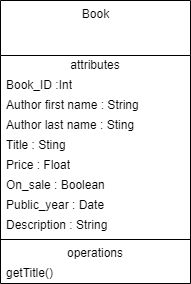
This is Book.drawio.png from Chinglew/test101, a draw.io export, as it was before one commit. Source tidied: cells renumbered, new cells last; positions are measured from the earlier drawing's top-left corner, leaving out a move shared by most shapes.
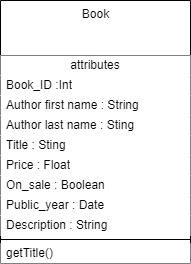
After the change.

The edit, as a diff of the source:
```diff
@@ -3,43 +3,40 @@
     <mxCell id="0" />
     <mxCell id="1" parent="0" />
     <mxCell id="2" value="Book" style="swimlane;fontStyle=0;align=center;verticalAlign=top;horizontal=1;startSize=55;html=1;labelBackgroundColor=default;labelBorderColor=none;" parent="1" vertex="1">
-      <mxGeometry width="190" height="283" as="geometry" />
+      <mxGeometry width="190" height="263" as="geometry" />
     </mxCell>
-    <mxCell id="3" value="attributes" style="text;html=1;strokeColor=none;fillColor=none;align=center;verticalAlign=middle;spacingLeft=4;spacingRight=4;overflow=hidden;labelBackgroundColor=default;" parent="2" vertex="1">
+    <mxCell id="3" value="attributes" style="text;html=1;strokeColor=none;fillColor=default;align=center;verticalAlign=middle;spacingLeft=4;spacingRight=4;overflow=hidden;labelBackgroundColor=default;" parent="2" vertex="1">
       <mxGeometry y="55" width="190" height="20" as="geometry" />
     </mxCell>
-    <mxCell id="4" value="Book_ID :Int" style="text;html=1;strokeColor=none;fillColor=none;align=left;verticalAlign=middle;spacingLeft=4;spacingRight=4;overflow=hidden;labelBackgroundColor=default;" parent="2" vertex="1">
+    <mxCell id="4" value="Book_ID :Int" style="text;html=1;strokeColor=none;fillColor=default;align=left;verticalAlign=middle;spacingLeft=4;spacingRight=4;overflow=hidden;labelBackgroundColor=default;" parent="2" vertex="1">
       <mxGeometry y="75" width="190" height="20" as="geometry" />
     </mxCell>
-    <mxCell id="5" value="Author first name : String" style="text;html=1;strokeColor=none;fillColor=none;align=left;verticalAlign=middle;spacingLeft=4;spacingRight=4;overflow=hidden;labelBackgroundColor=default;" parent="2" vertex="1">
+    <mxCell id="5" value="Author first name : String" style="text;html=1;strokeColor=none;fillColor=default;align=left;verticalAlign=middle;spacingLeft=4;spacingRight=4;overflow=hidden;labelBackgroundColor=default;" parent="2" vertex="1">
       <mxGeometry y="95" width="190" height="20" as="geometry" />
     </mxCell>
-    <mxCell id="6" value="Author last name : Sting" style="text;html=1;strokeColor=none;fillColor=none;align=left;verticalAlign=middle;spacingLeft=4;spacingRight=4;overflow=hidden;labelBackgroundColor=default;" parent="2" vertex="1">
+    <mxCell id="6" value="Author last name : Sting" style="text;html=1;strokeColor=none;fillColor=default;align=left;verticalAlign=middle;spacingLeft=4;spacingRight=4;overflow=hidden;labelBackgroundColor=default;" parent="2" vertex="1">
       <mxGeometry y="115" width="190" height="20" as="geometry" />
     </mxCell>
-    <mxCell id="7" value="Title : Sting" style="text;html=1;strokeColor=none;fillColor=none;align=left;verticalAlign=middle;spacingLeft=4;spacingRight=4;overflow=hidden;labelBackgroundColor=default;" parent="2" vertex="1">
+    <mxCell id="7" value="Title : Sting" style="text;html=1;strokeColor=none;fillColor=default;align=left;verticalAlign=middle;spacingLeft=4;spacingRight=4;overflow=hidden;labelBackgroundColor=default;" parent="2" vertex="1">
       <mxGeometry y="135" width="190" height="20" as="geometry" />
     </mxCell>
-    <mxCell id="8" value="Price : Float" style="text;html=1;strokeColor=none;fillColor=none;align=left;verticalAlign=middle;spacingLeft=4;spacingRight=4;overflow=hidden;labelBackgroundColor=default;" parent="2" vertex="1">
+    <mxCell id="8" value="Price : Float" style="text;html=1;strokeColor=none;fillColor=default;align=left;verticalAlign=middle;spacingLeft=4;spacingRight=4;overflow=hidden;labelBackgroundColor=default;" parent="2" vertex="1">
       <mxGeometry y="155" width="190" height="20" as="geometry" />
     </mxCell>
-    <mxCell id="9" value="On_sale : Boolean" style="text;html=1;strokeColor=none;fillColor=none;align=left;verticalAlign=middle;spacingLeft=4;spacingRight=4;overflow=hidden;labelBackgroundColor=default;" parent="2" vertex="1">
+    <mxCell id="9" value="On_sale : Boolean" style="text;html=1;strokeColor=none;fillColor=default;align=left;verticalAlign=middle;spacingLeft=4;spacingRight=4;overflow=hidden;labelBackgroundColor=default;" parent="2" vertex="1">
       <mxGeometry y="175" width="190" height="20" as="geometry" />
     </mxCell>
-    <mxCell id="10" value="Public_year : Date" style="text;html=1;strokeColor=none;fillColor=none;align=left;verticalAlign=middle;spacingLeft=4;spacingRight=4;overflow=hidden;labelBackgroundColor=default;" parent="2" vertex="1">
+    <mxCell id="10" value="Public_year : Date" style="text;html=1;strokeColor=none;fillColor=default;align=left;verticalAlign=middle;spacingLeft=4;spacingRight=4;overflow=hidden;labelBackgroundColor=default;" parent="2" vertex="1">
       <mxGeometry y="195" width="190" height="20" as="geometry" />
     </mxCell>
-    <mxCell id="11" value="Description : String" style="text;html=1;strokeColor=none;fillColor=none;align=left;verticalAlign=middle;spacingLeft=4;spacingRight=4;overflow=hidden;labelBackgroundColor=default;" parent="2" vertex="1">
+    <mxCell id="11" value="Description : String" style="text;html=1;strokeColor=none;fillColor=default;align=left;verticalAlign=middle;spacingLeft=4;spacingRight=4;overflow=hidden;labelBackgroundColor=default;" parent="2" vertex="1">
       <mxGeometry y="215" width="190" height="20" as="geometry" />
     </mxCell>
-    <mxCell id="12" style="line;strokeWidth=1;fillColor=none;align=left;verticalAlign=middle;spacingTop=-1;spacingLeft=3;spacingRight=3;labelPosition=right;labelBackgroundColor=default;" parent="2" vertex="1">
+    <mxCell id="12" style="line;strokeWidth=1;fillColor=default;align=left;verticalAlign=middle;spacingTop=-1;spacingLeft=3;spacingRight=3;labelPosition=right;labelBackgroundColor=default;" parent="2" vertex="1">
       <mxGeometry y="235" width="190" height="8" as="geometry" />
     </mxCell>
-    <mxCell id="13" value="operations" style="text;html=1;strokeColor=none;fillColor=none;align=center;verticalAlign=middle;spacingLeft=4;spacingRight=4;overflow=hidden;labelBackgroundColor=default;" parent="2" vertex="1">
-      <mxGeometry y="243" width="190" height="20" as="geometry" />
-    </mxCell>
-    <mxCell id="14" value="getTitle()" style="text;html=1;strokeColor=none;fillColor=none;align=left;verticalAlign=middle;spacingLeft=4;spacingRight=4;overflow=hidden;labelBackgroundColor=default;" parent="2" vertex="1">
-      <mxGeometry y="263" width="190" height="20" as="geometry" />
+    <mxCell id="14" value="getTitle()" style="text;html=1;strokeColor=none;fillColor=default;align=left;verticalAlign=middle;spacingLeft=4;spacingRight=4;overflow=hidden;labelBackgroundColor=default;" parent="2" vertex="1">
+      <mxGeometry y="243" width="190" height="20" as="geometry" />
     </mxCell>
   </root>
 </mxGraphModel>
```
